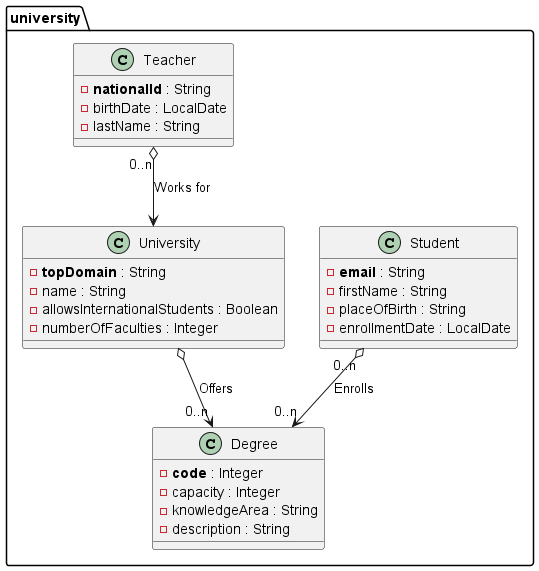
miw-upm/apaw-practice keeps this PlantUML diagram as docs/university.models.png. Above is the earlier version. Source of this version:
```plantuml
@startuml
package university{
    class Student {
    - **email** : String
    - firstName : String
    - placeOfBirth : String
    - enrollmentDate : LocalDate
    }

    class Teacher {
    - **nationalId** : String
    - birthDate : LocalDate
    - lastName : String
    }

    class University {
    - **topDomain** : String
    - name : String
    - allowsInternationalStudents : Boolean
    - numberOfFaculties : Integer
    }

    class Degree {
    - **code** : Integer
    - capacity : Integer
    - knowledgeArea : String
    - description : String
    }

    University o--> "0..n" Degree : Offers
    Teacher "0..n" o--> University : Works for
    Student "0..n" o--> "0..n" Degree : Enrolls
}
@enduml
```
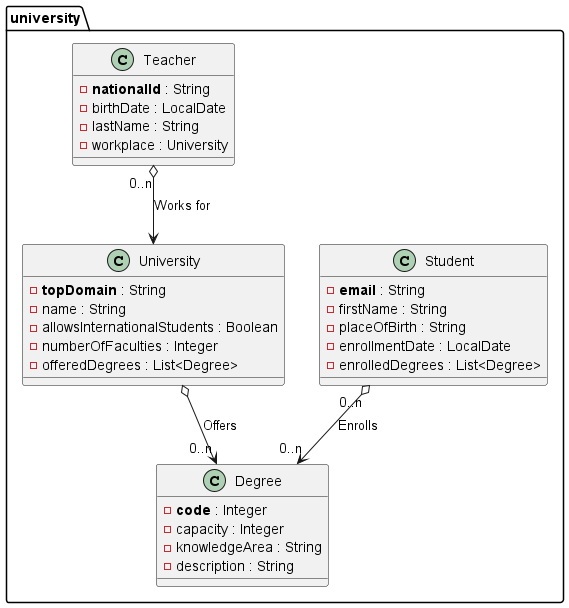
After the change.

Diff of the diagram source:
```diff
@@ -5,12 +5,14 @@
     - firstName : String
     - placeOfBirth : String
     - enrollmentDate : LocalDate
+    - enrolledDegrees : List<Degree>
     }
 
     class Teacher {
     - **nationalId** : String
     - birthDate : LocalDate
     - lastName : String
+    - workplace : University
     }
 
     class University {
@@ -18,6 +20,7 @@
     - name : String
     - allowsInternationalStudents : Boolean
     - numberOfFaculties : Integer
+    - offeredDegrees : List<Degree>
     }
 
     class Degree {
```
